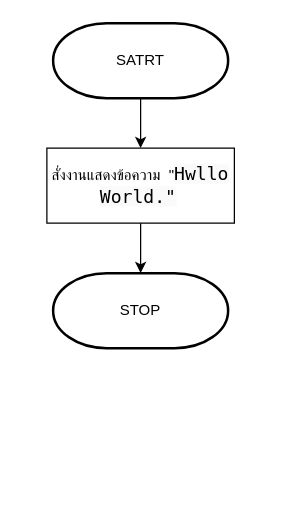
wallradon/ENGCE117 keeps this draw.io diagram as HW/HW01/Hello World/HW1.1.drawio. Above is the earlier version. Source tidied: cells renumbered, new cells numbered last; positions are measured from the earlier drawing's top-left corner, leaving out a move shared by most shapes. Both pictures are drawn from the tidied source at 125%, with x=0, y=0 at pixel (46, 22).
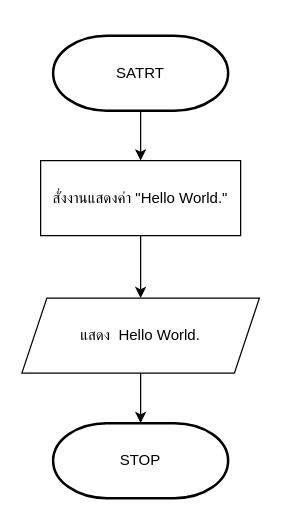
The same page after the edit.

Diff of the diagram source:
```diff
@@
 <mxGraphModel>
   <root>
     <mxCell id="0" />
     <mxCell id="1" parent="0" />
-    <mxCell id="2" style="edgeStyle=orthogonalEdgeStyle;rounded=0;jettySize=auto;html=1;" parent="1" edge="1" source="5" target="4">
-      <mxGeometry relative="1" as="geometry" />
-    </mxCell>
-    <mxCell id="3" style="edgeStyle=orthogonalEdgeStyle;rounded=0;jettySize=auto;html=1;fontFamily=Helvetica;fontSize=12;fontColor=default;" parent="1" edge="1" source="4" target="6">
-      <mxGeometry relative="1" as="geometry" />
-    </mxCell>
-    <mxCell id="4" value="&lt;div style=&quot;&quot;&gt;สั่งงานแสดงข้อความ &amp;nbsp;&quot;&lt;font face=&quot;ui-monospace, Menlo, monospace&quot;&gt;&lt;span style=&quot;caret-color: rgb(251, 251, 252); font-size: 14.45px; background-color: rgba(191, 193, 201, 0.08);&quot;&gt;Hwllo World.&quot;&lt;/span&gt;&lt;/font&gt;&amp;nbsp;&lt;/div&gt;" style="rounded=0;whiteSpace=wrap;html=1;fillColor=#FFFFFF;align=center;" parent="1" vertex="1">
-      <mxGeometry y="100" width="150" height="60" as="geometry" />
-    </mxCell>
+    <mxCell id="7" style="edgeStyle=orthogonalEdgeStyle;rounded=0;jettySize=auto;html=1;" parent="1" edge="1" source="5" target="11">
+      <mxGeometry relative="1" as="geometry" />
+    </mxCell>
     <mxCell id="5" value="SATRT" style="strokeWidth=2;html=1;shape=mxgraph.flowchart.terminator;whiteSpace=wrap;" parent="1" vertex="1">
-      <mxGeometry x="5" width="140" height="60" as="geometry" />
+      <mxGeometry x="5" y="10" width="140" height="60" as="geometry" />
     </mxCell>
     <mxCell id="6" value="STOP" style="strokeWidth=2;html=1;shape=mxgraph.flowchart.terminator;whiteSpace=wrap;" parent="1" vertex="1">
-      <mxGeometry x="5" y="200" width="140" height="60" as="geometry" />
+      <mxGeometry x="5" y="320" width="140" height="60" as="geometry" />
     </mxCell>
+    <mxCell id="8" style="edgeStyle=orthogonalEdgeStyle;rounded=0;jettySize=auto;html=1;" parent="1" edge="1" source="9" target="6">
+      <mxGeometry relative="1" as="geometry" />
+    </mxCell>
+    <mxCell id="9" value="แสดง &amp;nbsp;Hello World." style="shape=parallelogram;perimeter=parallelogramPerimeter;whiteSpace=wrap;html=1;fixedSize=1;" parent="1" vertex="1">
+      <mxGeometry x="-20" y="220" width="190" height="60" as="geometry" />
+    </mxCell>
+    <mxCell id="10" style="edgeStyle=orthogonalEdgeStyle;rounded=0;jettySize=auto;html=1;" parent="1" edge="1" source="11" target="9">
+      <mxGeometry relative="1" as="geometry" />
+    </mxCell>
+    <mxCell id="11" value="สั่งงานแสดงค่า &quot;Hello World.&quot;" style="rounded=0;whiteSpace=wrap;html=1;" parent="1" vertex="1">
+      <mxGeometry x="-5" y="110" width="160" height="60" as="geometry" />
+    </mxCell>
   </root>
 </mxGraphModel>
```
